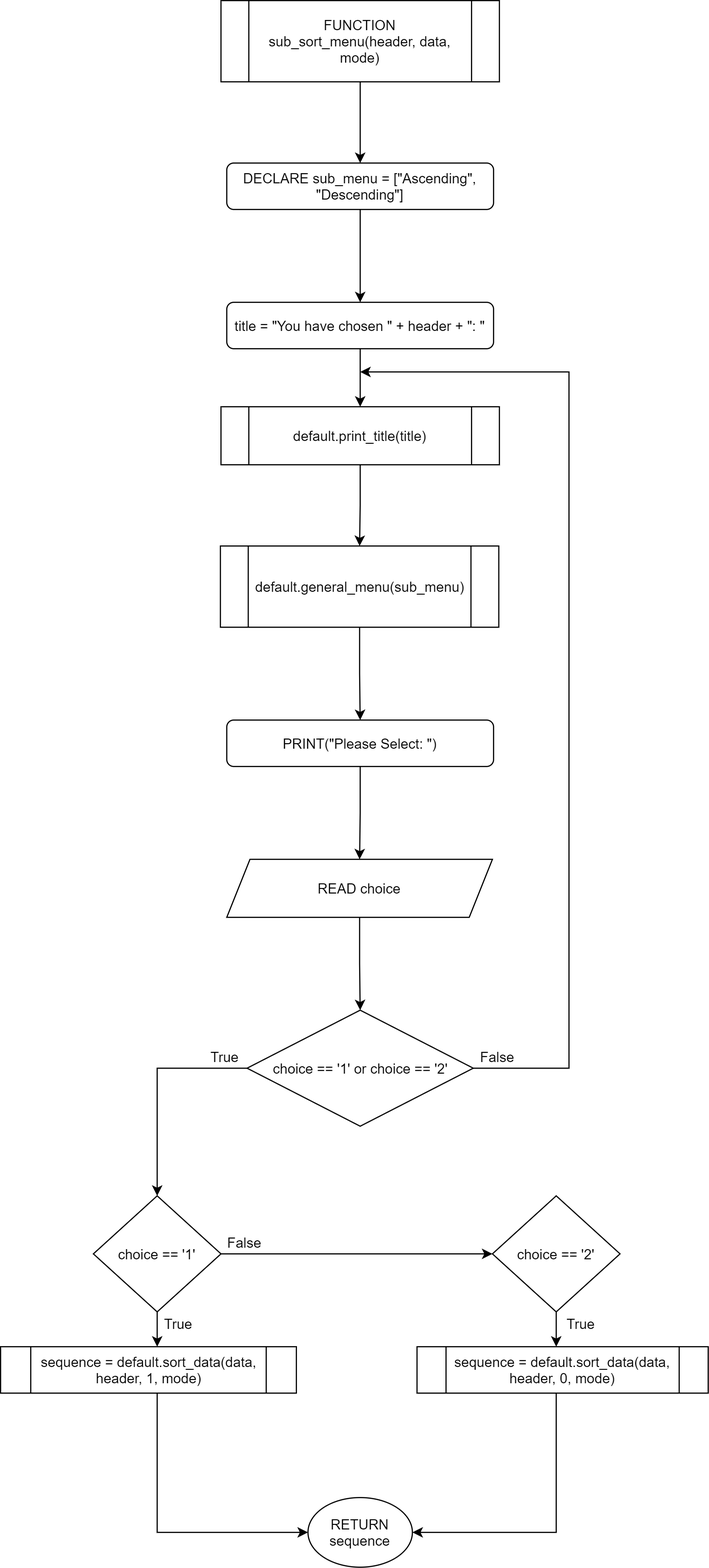
Earlier version of the draw.io export Flowchart/clients/sub_sort_menu.png (RabbitBear00/Car-Rental-System). Source tidied: cells renumbered, new cells last; positions are measured from the earlier drawing's top-left corner, leaving out a move shared by most shapes.
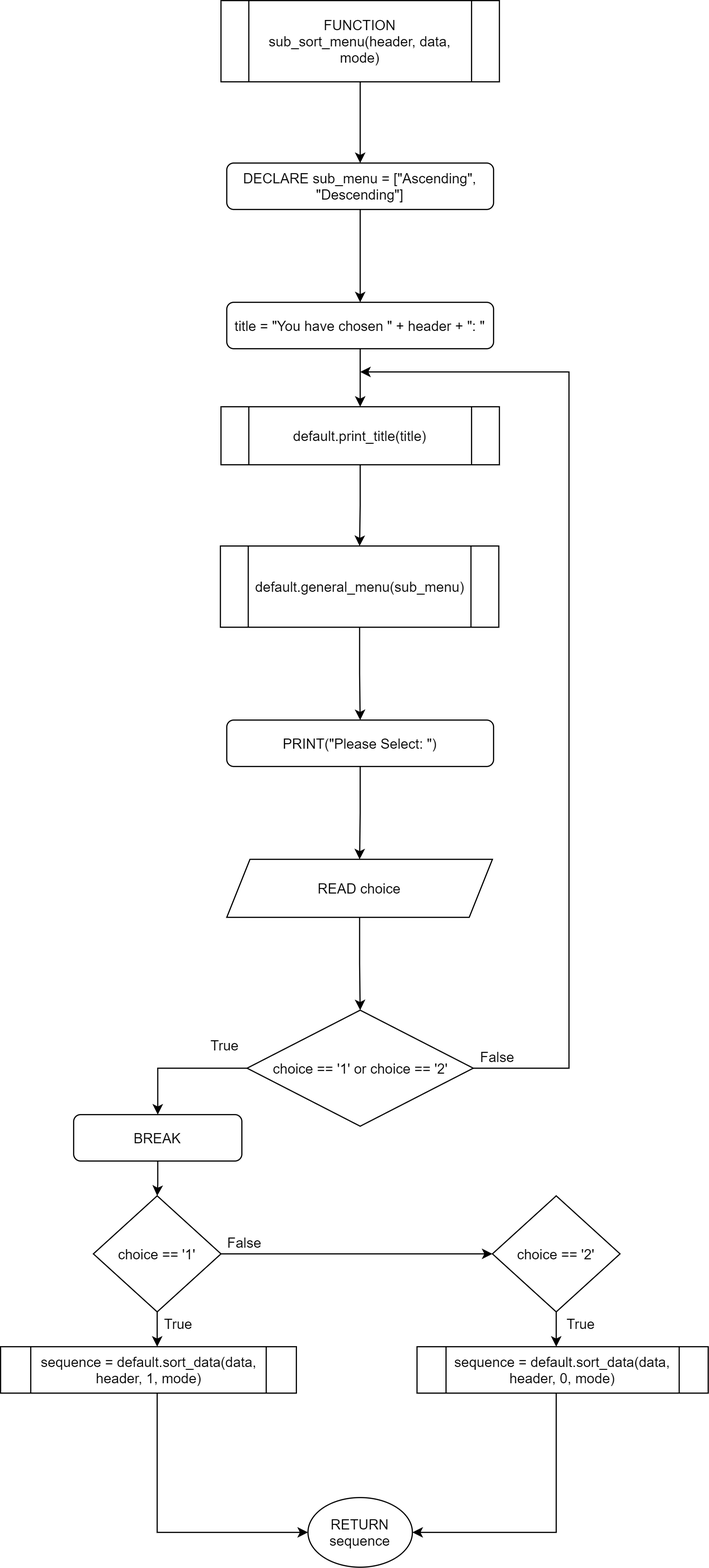
The same diagram one commit later.

Diff of the diagram source:
```diff
@@ -26,9 +26,6 @@
     <mxCell id="9" value="READ choice" style="shape=parallelogram;perimeter=parallelogramPerimeter;whiteSpace=wrap;html=1;fixedSize=1;" parent="1" vertex="1">
       <mxGeometry x="195" y="740" width="229" height="50" as="geometry" />
     </mxCell>
-    <mxCell id="10" style="edgeStyle=orthogonalEdgeStyle;rounded=0;jettySize=auto;html=1;" parent="1" edge="1" source="12" target="15">
-      <mxGeometry relative="1" as="geometry" />
-    </mxCell>
     <mxCell id="11" style="edgeStyle=orthogonalEdgeStyle;rounded=0;jettySize=auto;html=1;exitX=1;exitY=0.5;exitDx=0;exitDy=0;" parent="1" edge="1" source="12">
       <mxGeometry relative="1" as="geometry">
         <mxPoint x="310" y="320" as="targetPoint" />
@@ -38,6 +35,9 @@
         </Array>
       </mxGeometry>
     </mxCell>
+    <mxCell id="34" style="edgeStyle=orthogonalEdgeStyle;rounded=0;jettySize=auto;html=1;entryX=0.5;entryY=0;entryDx=0;entryDy=0;" parent="1" edge="1" source="12" target="36">
+      <mxGeometry relative="1" as="geometry" />
+    </mxCell>
     <mxCell id="12" value="choice == '1' or choice == '2'" style="rhombus;whiteSpace=wrap;html=1;" parent="1" vertex="1">
       <mxGeometry x="212.5" y="870" width="195" height="100" as="geometry" />
     </mxCell>
@@ -86,7 +86,7 @@
       <mxGeometry x="190" y="1060" width="40" height="20" as="geometry" />
     </mxCell>
     <mxCell id="23" value="True" style="text;html=1;align=center;verticalAlign=middle;strokeColor=none;" parent="1" vertex="1">
-      <mxGeometry x="173" y="900" width="40" height="20" as="geometry" />
+      <mxGeometry x="173" y="890" width="40" height="20" as="geometry" />
     </mxCell>
     <mxCell id="24" value="True" style="text;html=1;align=center;verticalAlign=middle;strokeColor=none;" parent="1" vertex="1">
       <mxGeometry x="133" y="1130" width="40" height="20" as="geometry" />
@@ -118,5 +118,11 @@
     <mxCell id="33" value="sequence = default.sort_data(data, header, 0, mode)" style="shape=process;whiteSpace=wrap;html=1;backgroundOutline=1;" parent="1" vertex="1">
       <mxGeometry x="359" y="1160" width="251" height="40" as="geometry" />
     </mxCell>
+    <mxCell id="35" style="edgeStyle=orthogonalEdgeStyle;rounded=0;jettySize=auto;html=1;" parent="1" edge="1" source="36" target="15">
+      <mxGeometry relative="1" as="geometry" />
+    </mxCell>
+    <mxCell id="36" value="BREAK" style="rounded=1;whiteSpace=wrap;html=1;" parent="1" vertex="1">
+      <mxGeometry x="63" y="960" width="145" height="40" as="geometry" />
+    </mxCell>
   </root>
 </mxGraphModel>
```
